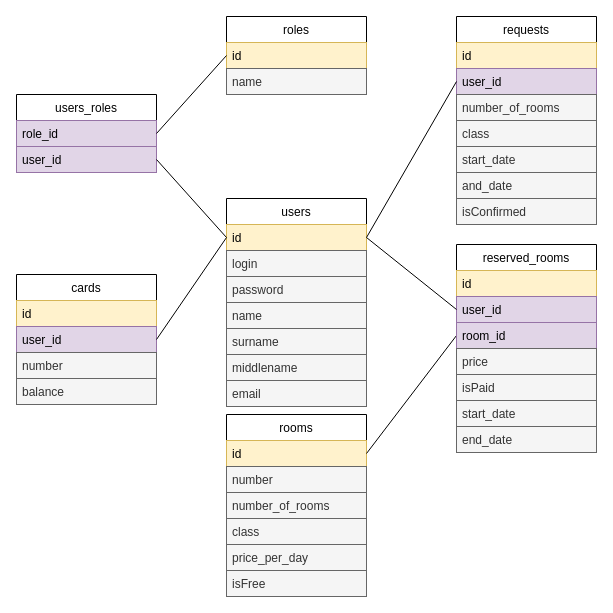
Before: sql/HotelReservation.drawio in This-is-warnings/HotelReservationAPI, a draw.io diagram. Source tidied: cells renumbered, new cells numbered last; positions are measured from the earlier drawing's top-left corner, leaving out a move shared by most shapes. Both pictures are drawn from the tidied source at 100%, with x=0, y=0 at pixel (16, 16).
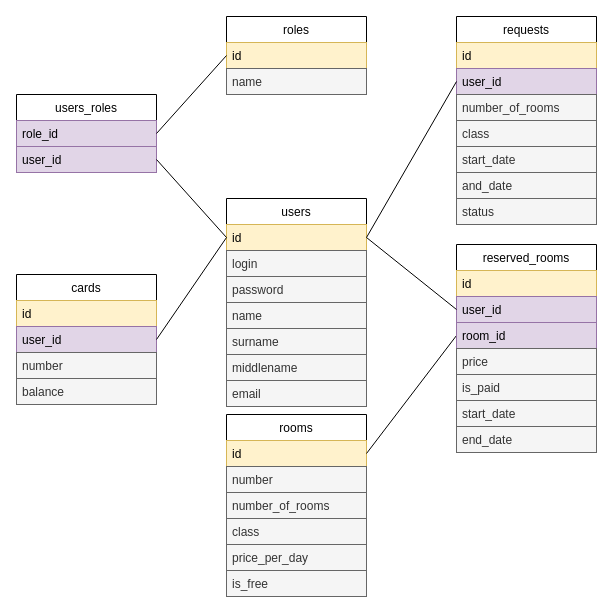
The same page after the edit.

The change refers to these unchanged cells:
```xml
<mxCell id="10" value="rooms" style="swimlane;fontStyle=0;horizontal=1;startSize=26;" parent="1" vertex="1">
  <mxGeometry x="210" y="398" width="140" height="182" as="geometry" />
</mxCell>
<mxCell id="17" value="requests" style="swimlane;fontStyle=0;horizontal=1;startSize=26;" parent="1" vertex="1">
  <mxGeometry x="440" width="140" height="208" as="geometry" />
</mxCell>
<mxCell id="41" value="reserved_rooms" style="swimlane;fontStyle=0;horizontal=1;startSize=26;" parent="1" vertex="1">
  <mxGeometry x="440" y="228" width="140" height="208" as="geometry" />
</mxCell>
```

Diff of the diagram source:
```diff
@@
-    <mxCell id="16" value="isFree" style="text;strokeColor=#666666;fillColor=#f5f5f5;align=left;verticalAlign=top;spacingLeft=4;spacingRight=4;overflow=hidden;fontColor=#333333;" parent="10" vertex="1">
+    <mxCell id="16" value="is_free" style="text;strokeColor=#666666;fillColor=#f5f5f5;align=left;verticalAlign=top;spacingLeft=4;spacingRight=4;overflow=hidden;fontColor=#333333;" parent="10" vertex="1">
       <mxGeometry y="156" width="140" height="26" as="geometry" />
     </mxCell>
@@
-    <mxCell id="24" value="isConfirmed" style="text;strokeColor=#666666;fillColor=#f5f5f5;align=left;verticalAlign=top;spacingLeft=4;spacingRight=4;overflow=hidden;fontColor=#333333;" parent="17" vertex="1">
+    <mxCell id="24" value="status" style="text;strokeColor=#666666;fillColor=#f5f5f5;align=left;verticalAlign=top;spacingLeft=4;spacingRight=4;overflow=hidden;fontColor=#333333;" parent="17" vertex="1">
       <mxGeometry y="182" width="140" height="26" as="geometry" />
     </mxCell>
@@
-    <mxCell id="46" value="isPaid" style="text;align=left;verticalAlign=top;spacingLeft=4;spacingRight=4;overflow=hidden;fillColor=#f5f5f5;fontColor=#333333;strokeColor=#666666;" parent="41" vertex="1">
+    <mxCell id="46" value="is_paid" style="text;align=left;verticalAlign=top;spacingLeft=4;spacingRight=4;overflow=hidden;fillColor=#f5f5f5;fontColor=#333333;strokeColor=#666666;" parent="41" vertex="1">
       <mxGeometry y="130" width="140" height="26" as="geometry" />
     </mxCell>
```
